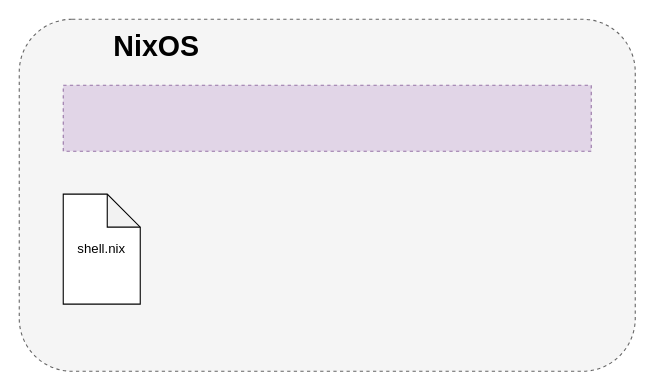
This is posts/coder-and-nix/static/nix_tooling.drawio from coder/blogs, a draw.io file, before an edit. Source tidied: cells renumbered, new cells numbered last; positions are measured from the earlier drawing's top-left corner, leaving out a move shared by most shapes. Both pictures are drawn from the tidied source at 110%, with x=0, y=0 at pixel (19, 19).
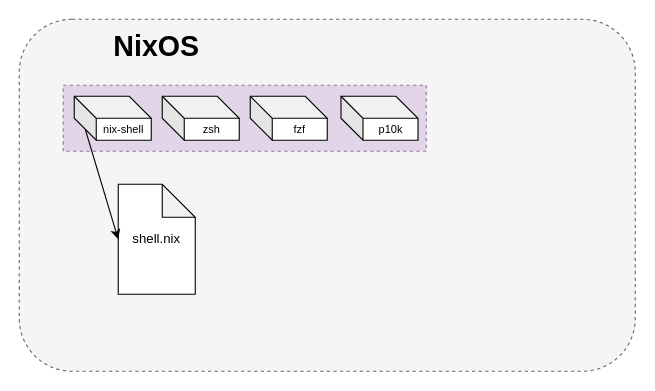
After the change.

The edit, as a diff of the source:
```diff
@@
 <mxGraphModel>
   <root>
     <mxCell id="0" />
     <mxCell id="1" parent="0" />
     <mxCell id="2" style="rounded=1;whiteSpace=wrap;html=1;dashed=1;fillColor=#f5f5f5;fontColor=#333333;strokeColor=#666666;" parent="1" vertex="1">
       <mxGeometry width="560" height="320" as="geometry" />
     </mxCell>
     <mxCell id="3" style="rounded=0;whiteSpace=wrap;html=1;fillColor=#e1d5e7;strokeColor=#9673a6;dashed=1;" parent="1" vertex="1">
-      <mxGeometry x="40" y="60" width="480" height="60" as="geometry" />
+      <mxGeometry x="40" y="60" width="330" height="60" as="geometry" />
     </mxCell>
     <mxCell id="4" value="NixOS" style="text;html=1;strokeColor=none;fillColor=none;align=center;verticalAlign=middle;whiteSpace=wrap;rounded=0;dashed=1;fontStyle=1;fontSize=26;" parent="1" vertex="1">
       <mxGeometry x="95" y="10" width="60" height="30" as="geometry" />
     </mxCell>
     <mxCell id="5" value="shell.nix" style="shape=note;whiteSpace=wrap;html=1;backgroundOutline=1;darkOpacity=0.05;rounded=1;fontSize=12;" parent="1" vertex="1">
-      <mxGeometry x="40" y="159" width="70" height="100" as="geometry" />
+      <mxGeometry x="90" y="150" width="70" height="100" as="geometry" />
     </mxCell>
+    <mxCell id="6" style="edgeStyle=none;html=1;exitX=0;exitY=0;exitDx=10;exitDy=30;exitPerimeter=0;entryX=0;entryY=0.5;entryDx=0;entryDy=0;entryPerimeter=0;fontSize=10;" parent="1" edge="1" source="7" target="5">
+      <mxGeometry relative="1" as="geometry" />
+    </mxCell>
+    <mxCell id="7" value="nix-shell" style="shape=cube;whiteSpace=wrap;html=1;boundedLbl=1;backgroundOutline=1;darkOpacity=0.05;darkOpacity2=0.1;rounded=1;fontSize=10;" parent="1" vertex="1">
+      <mxGeometry x="50" y="70" width="70" height="40" as="geometry" />
+    </mxCell>
+    <mxCell id="8" value="zsh" style="shape=cube;whiteSpace=wrap;html=1;boundedLbl=1;backgroundOutline=1;darkOpacity=0.05;darkOpacity2=0.1;rounded=1;fontSize=10;" parent="1" vertex="1">
+      <mxGeometry x="130" y="70" width="70" height="40" as="geometry" />
+    </mxCell>
+    <mxCell id="9" value="fzf" style="shape=cube;whiteSpace=wrap;html=1;boundedLbl=1;backgroundOutline=1;darkOpacity=0.05;darkOpacity2=0.1;rounded=1;fontSize=10;" parent="1" vertex="1">
+      <mxGeometry x="210" y="70" width="70" height="40" as="geometry" />
+    </mxCell>
+    <mxCell id="10" value="p10k" style="shape=cube;whiteSpace=wrap;html=1;boundedLbl=1;backgroundOutline=1;darkOpacity=0.05;darkOpacity2=0.1;rounded=1;fontSize=10;" parent="1" vertex="1">
+      <mxGeometry x="292.5" y="70" width="70" height="40" as="geometry" />
+    </mxCell>
   </root>
 </mxGraphModel>
```
